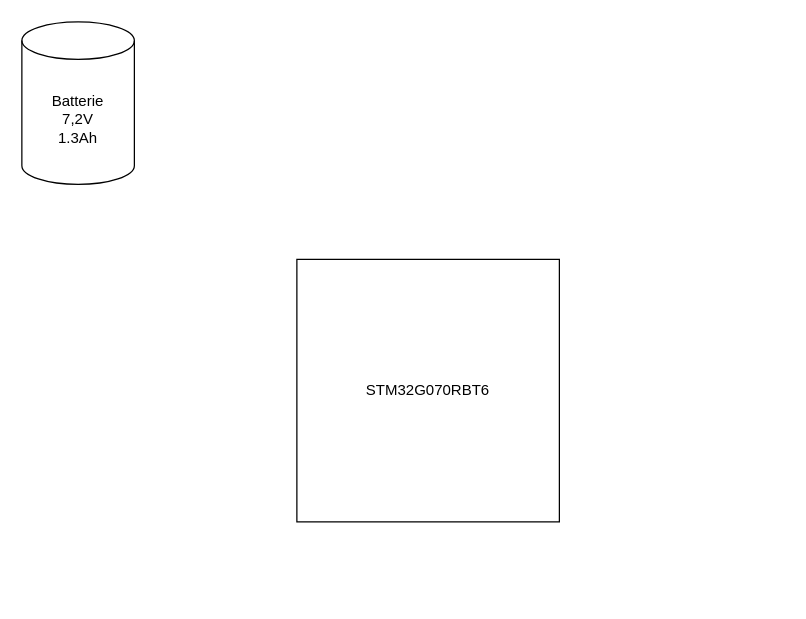
The draw.io diagram Diagramme sans nom.drawio in Artpel1805/Beerator, before the edit. Source tidied: cells renumbered, new cells numbered last; positions are measured from the earlier drawing's top-left corner, leaving out a move shared by most shapes. Both pictures are drawn from the tidied source at 125%, with x=0, y=0 at pixel (21, 21).
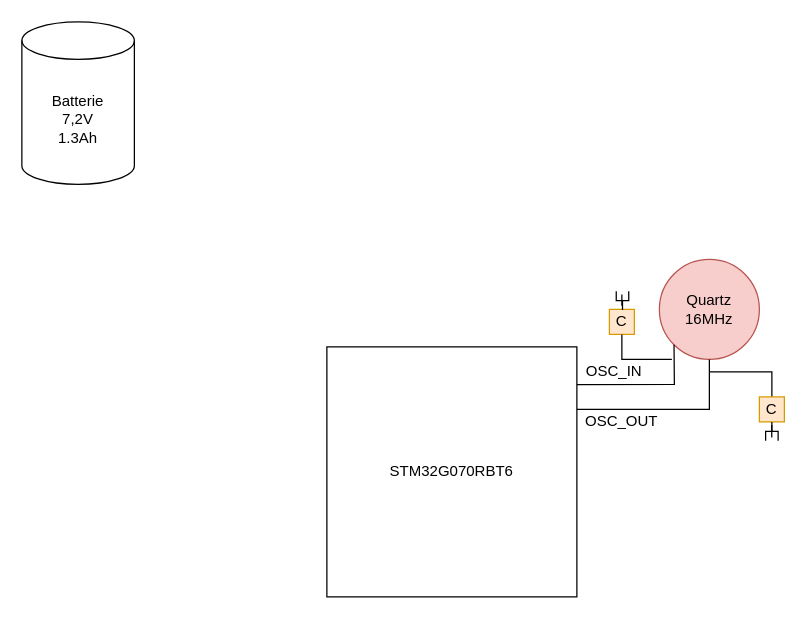
Above is the later version.

Diff of the diagram source:
```diff
@@
     <mxCell id="3" value="STM32G070RBT6" style="whiteSpace=wrap;html=1;" parent="1" vertex="1">
-      <mxGeometry x="220" y="190" width="210" height="210" as="geometry" />
+      <mxGeometry x="244" y="260" width="200" height="200" as="geometry" />
     </mxCell>
+    <mxCell id="4" value="Quartz&lt;br&gt;16MHz" style="ellipse;whiteSpace=wrap;html=1;fillColor=#f8cecc;strokeColor=#b85450;" parent="1" vertex="1">
+      <mxGeometry x="510" y="190" width="80" height="80" as="geometry" />
+    </mxCell>
+    <mxCell id="5" style="endArrow=none;html=1;rounded=0;exitX=1;exitY=0.25;exitDx=0;exitDy=0;entryX=0.5;entryY=1;entryDx=0;entryDy=0;" parent="1" edge="1" source="3" target="4">
+      <mxGeometry relative="1" as="geometry">
+        <Array as="points">
+          <mxPoint x="550" y="310" />
+        </Array>
+      </mxGeometry>
+    </mxCell>
+    <mxCell id="6" style="endArrow=none;html=1;rounded=0;entryX=0;entryY=1;entryDx=0;entryDy=0;exitX=1;exitY=0.151;exitDx=0;exitDy=0;exitPerimeter=0;" parent="1" edge="1" source="3" target="4">
+      <mxGeometry relative="1" as="geometry">
+        <Array as="points">
+          <mxPoint x="522" y="290" />
+        </Array>
+      </mxGeometry>
+    </mxCell>
+    <mxCell id="7" value="OSC_OUT" style="text;html=1;strokeColor=none;fillColor=none;align=center;verticalAlign=middle;whiteSpace=wrap;rounded=0;" parent="1" vertex="1">
+      <mxGeometry x="450" y="310" width="60" height="20" as="geometry" />
+    </mxCell>
+    <mxCell id="8" value="OSC_IN" style="text;html=1;strokeColor=none;fillColor=none;align=center;verticalAlign=middle;whiteSpace=wrap;rounded=0;" parent="1" vertex="1">
+      <mxGeometry x="444" y="270" width="60" height="20" as="geometry" />
+    </mxCell>
+    <mxCell id="9" style="endArrow=none;html=1;rounded=0;" parent="1" edge="1">
+      <mxGeometry relative="1" as="geometry">
+        <mxPoint x="550" y="280" as="sourcePoint" />
+        <mxPoint x="600" y="300" as="targetPoint" />
+        <Array as="points">
+          <mxPoint x="600" y="280" />
+        </Array>
+      </mxGeometry>
+    </mxCell>
+    <mxCell id="10" value="C" style="whiteSpace=wrap;html=1;fillColor=#ffe6cc;strokeColor=#d79b00;" parent="1" vertex="1">
+      <mxGeometry x="590" y="300" width="20" height="20" as="geometry" />
+    </mxCell>
+    <mxCell id="11" value="C" style="whiteSpace=wrap;html=1;fillColor=#ffe6cc;strokeColor=#d79b00;" parent="1" vertex="1">
+      <mxGeometry x="470" y="230" width="20" height="20" as="geometry" />
+    </mxCell>
+    <mxCell id="12" style="endArrow=none;html=1;rounded=0;entryX=0.5;entryY=1;entryDx=0;entryDy=0;" parent="1" edge="1" target="11">
+      <mxGeometry relative="1" as="geometry">
+        <mxPoint x="520" y="270" as="sourcePoint" />
+        <Array as="points">
+          <mxPoint x="480" y="270" />
+        </Array>
+      </mxGeometry>
+    </mxCell>
+    <mxCell id="13" style="group;" parent="1" vertex="1">
+      <mxGeometry x="595" y="320" width="10" height="15" as="geometry" />
+    </mxCell>
+    <mxCell id="14" style="strokeWidth=1;html=1;shape=mxgraph.flowchart.annotation_2;align=left;labelPosition=right;rotation=90;" parent="13" vertex="1">
+      <mxGeometry x="-2.5" y="2.5" width="15" height="10" as="geometry" />
+    </mxCell>
+    <mxCell id="15" style="endArrow=none;html=1;rounded=0;" parent="13" edge="1">
+      <mxGeometry relative="1" as="geometry">
+        <mxPoint x="4.9" y="12.5" as="sourcePoint" />
+        <mxPoint x="4.9" y="2.5" as="targetPoint" />
+        <Array as="points">
+          <mxPoint x="4.9" y="2.5" />
+        </Array>
+      </mxGeometry>
+    </mxCell>
+    <mxCell id="16" style="group;rotation=-180;" parent="1" vertex="1">
+      <mxGeometry x="475" y="215" width="10" height="15" as="geometry" />
+    </mxCell>
+    <mxCell id="17" style="strokeWidth=1;html=1;shape=mxgraph.flowchart.annotation_2;align=left;labelPosition=right;rotation=-90;" parent="16" vertex="1">
+      <mxGeometry x="-2" y="3" width="15" height="10" as="geometry" />
+    </mxCell>
+    <mxCell id="18" style="endArrow=none;html=1;rounded=0;" parent="16" edge="1">
+      <mxGeometry relative="1" as="geometry">
+        <mxPoint x="5" y="3" as="sourcePoint" />
+        <mxPoint x="5" y="12" as="targetPoint" />
+        <Array as="points">
+          <mxPoint x="5" y="12" />
+        </Array>
+      </mxGeometry>
+    </mxCell>
```
